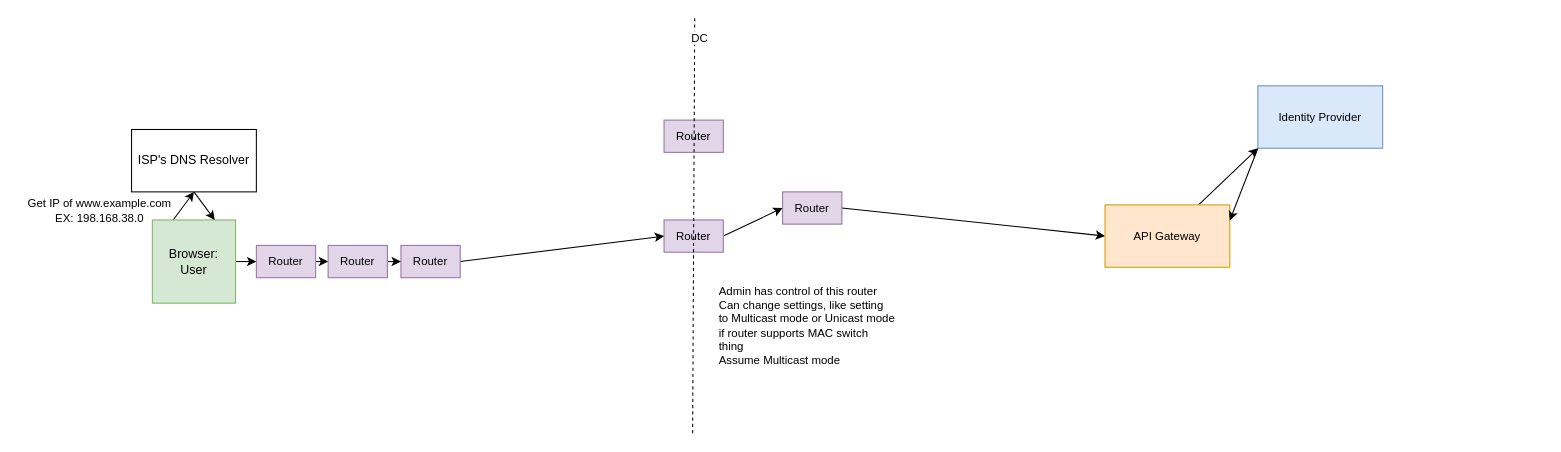
Brandon-Valley/draw_io_diagrams keeps this draw.io diagram as routing.drawio. Above is the earlier version. Source tidied: cells renumbered, new cells numbered last; positions are measured from the earlier drawing's top-left corner, leaving out a move shared by most shapes. Both pictures are drawn from the tidied source at 104%, with x=0, y=0 at pixel (18, 18).
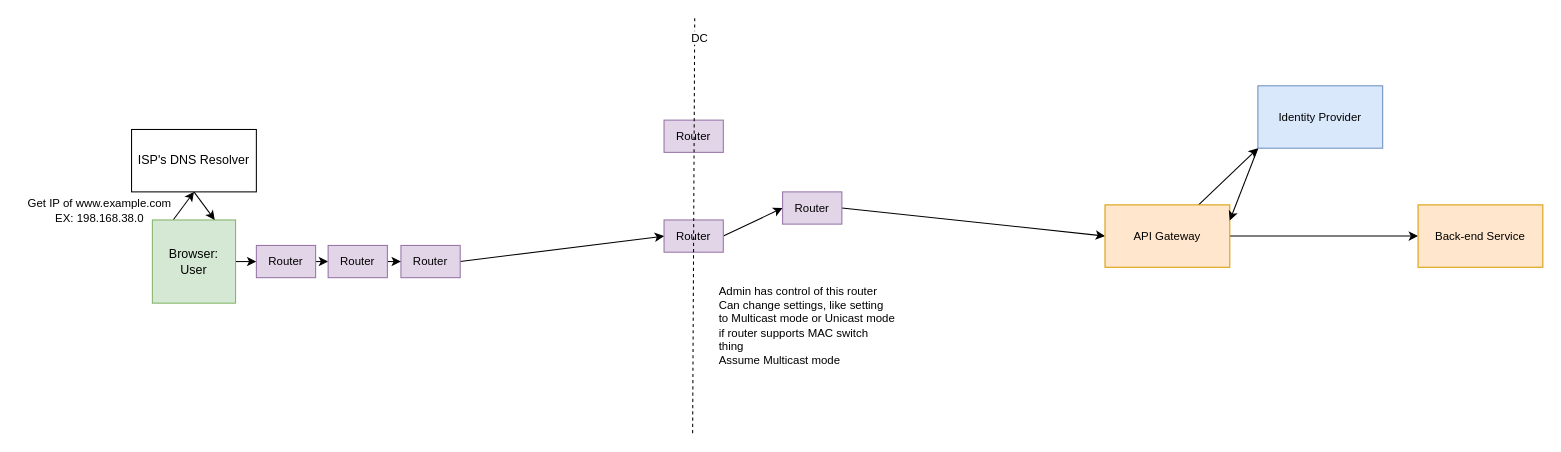
The same diagram, later.

The change refers to these unchanged cells:
```xml
<mxCell id="21" value="API Gateway" style="rounded=0;whiteSpace=wrap;html=1;fontFamily=Helvetica;fontSize=11;fillColor=#ffe6cc;strokeColor=#d79b00;" parent="1" vertex="1">
  <mxGeometry x="1045" y="179.5" width="120" height="60" as="geometry" />
</mxCell>
```

The edit, as a diff of the source:
```diff
@@
+    <mxCell id="26" style="edgeStyle=none;shape=connector;rounded=0;jettySize=auto;html=1;exitX=1;exitY=0.5;exitDx=0;exitDy=0;labelBackgroundColor=default;strokeColor=default;align=center;verticalAlign=middle;fontFamily=Helvetica;fontSize=11;fontColor=default;endArrow=classic;" parent="1" edge="1" source="21" target="27">
+      <mxGeometry relative="1" as="geometry" />
+    </mxCell>
@@
+    <mxCell id="27" value="Back-end Service" style="rounded=0;whiteSpace=wrap;html=1;fontFamily=Helvetica;fontSize=11;fillColor=#ffe6cc;strokeColor=#d79b00;" parent="1" vertex="1">
+      <mxGeometry x="1346" y="179.5" width="120" height="60" as="geometry" />
+    </mxCell>
```
